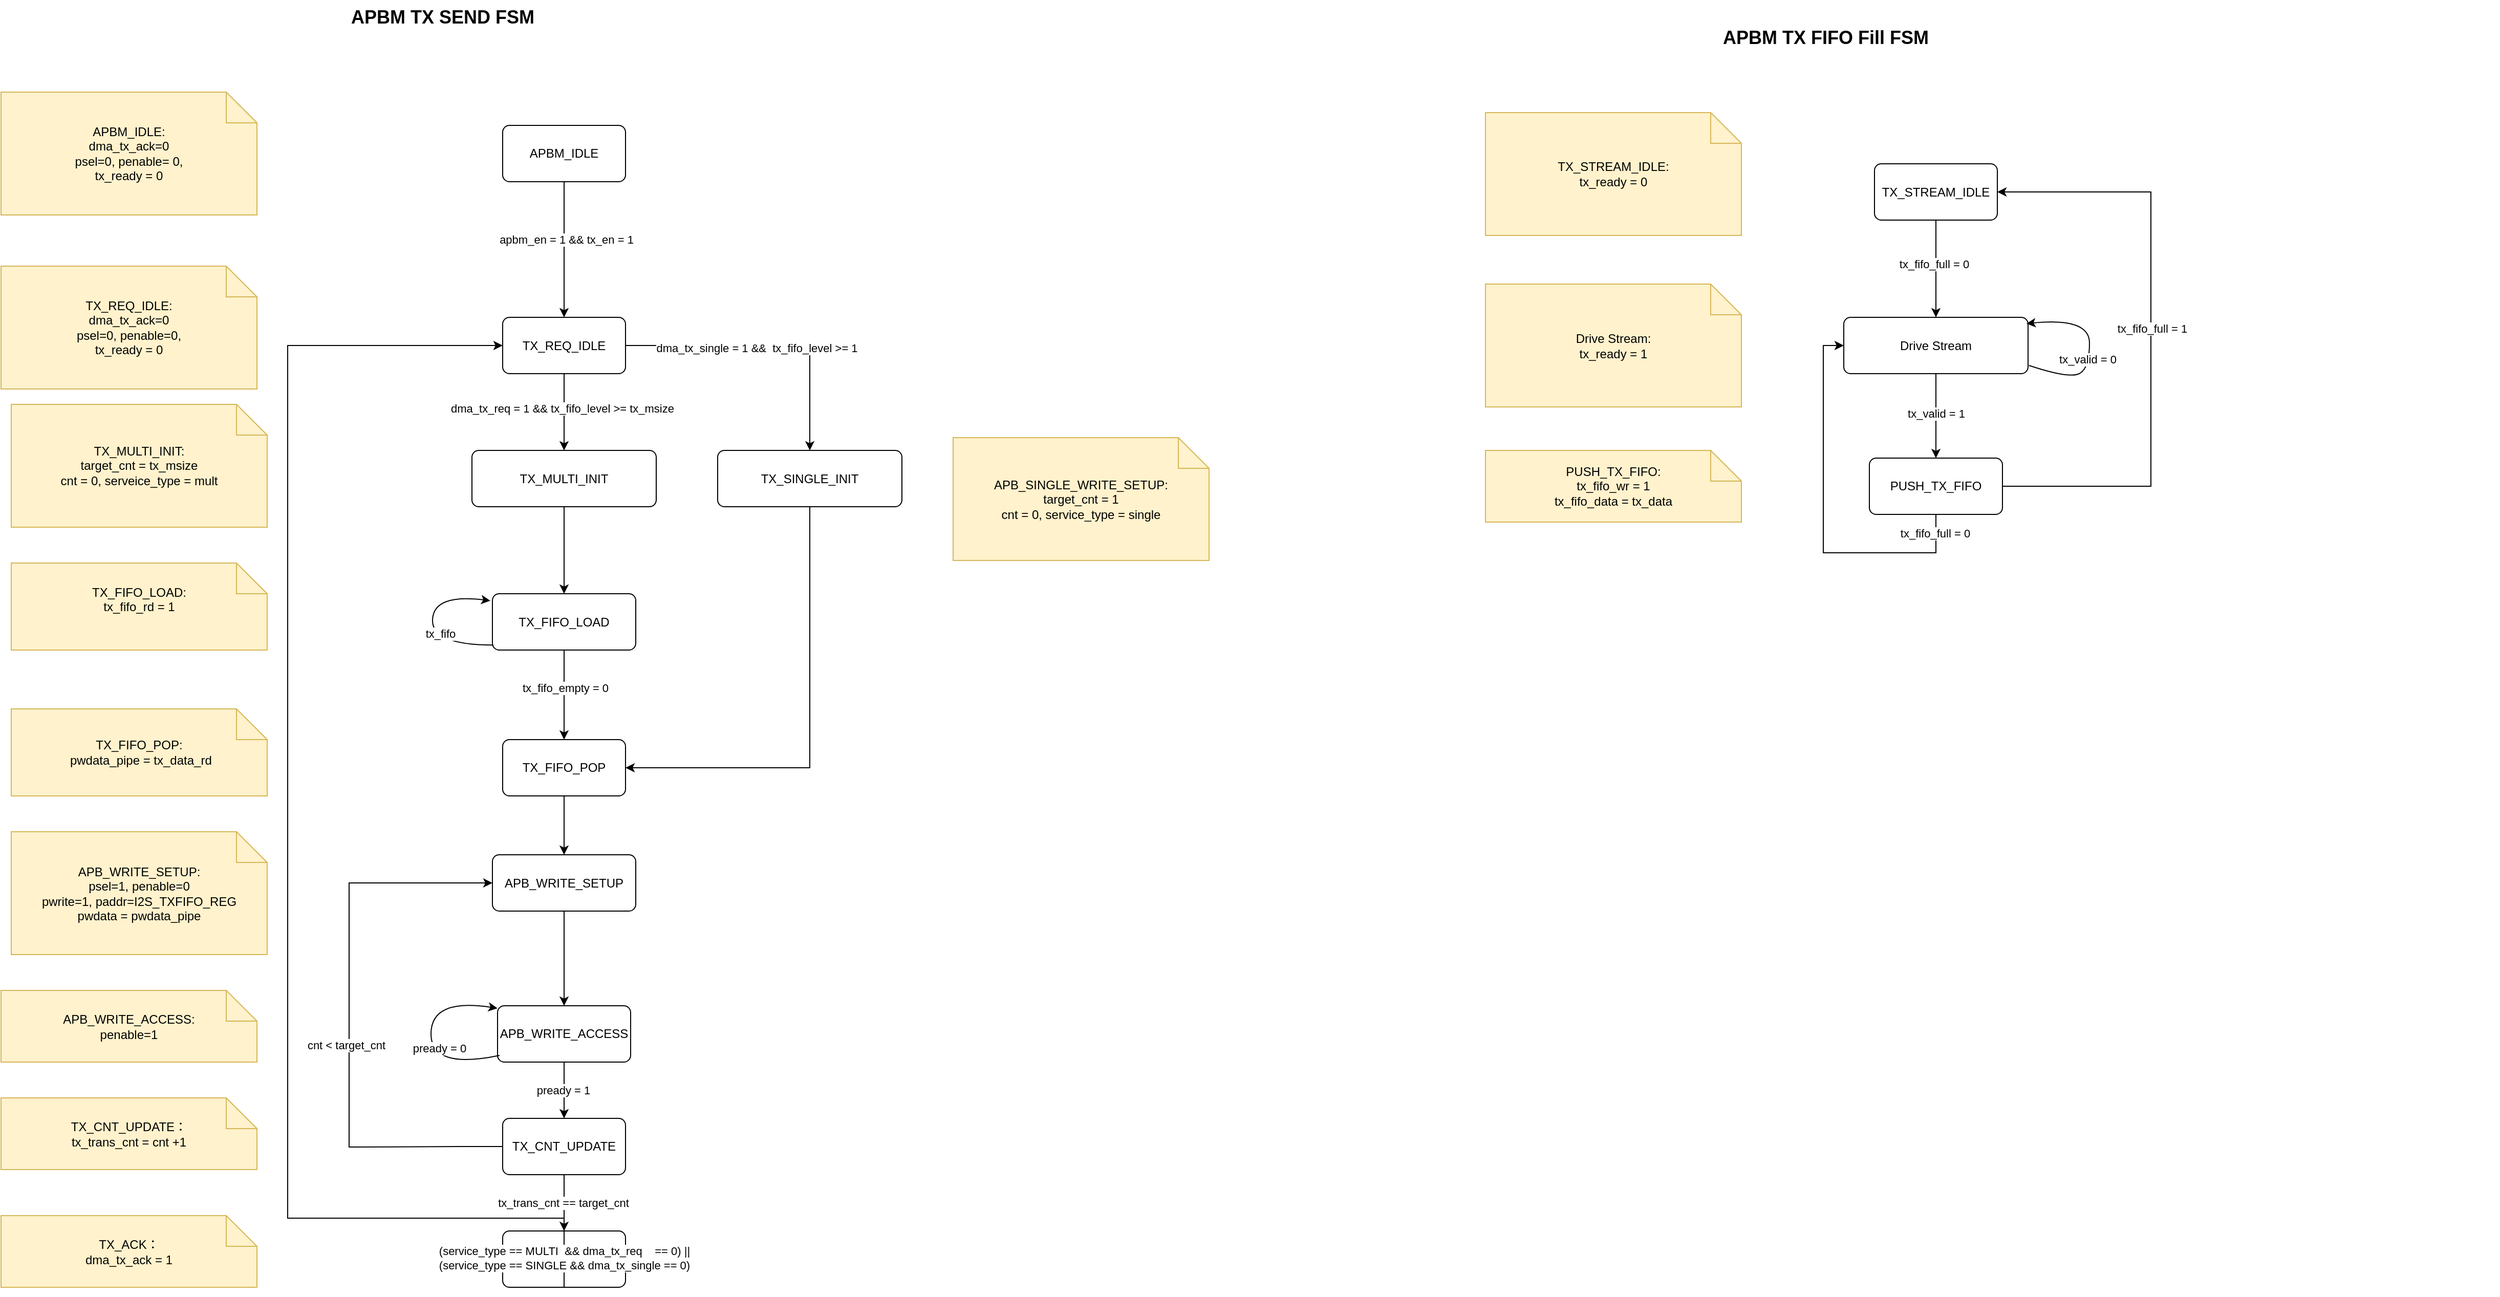
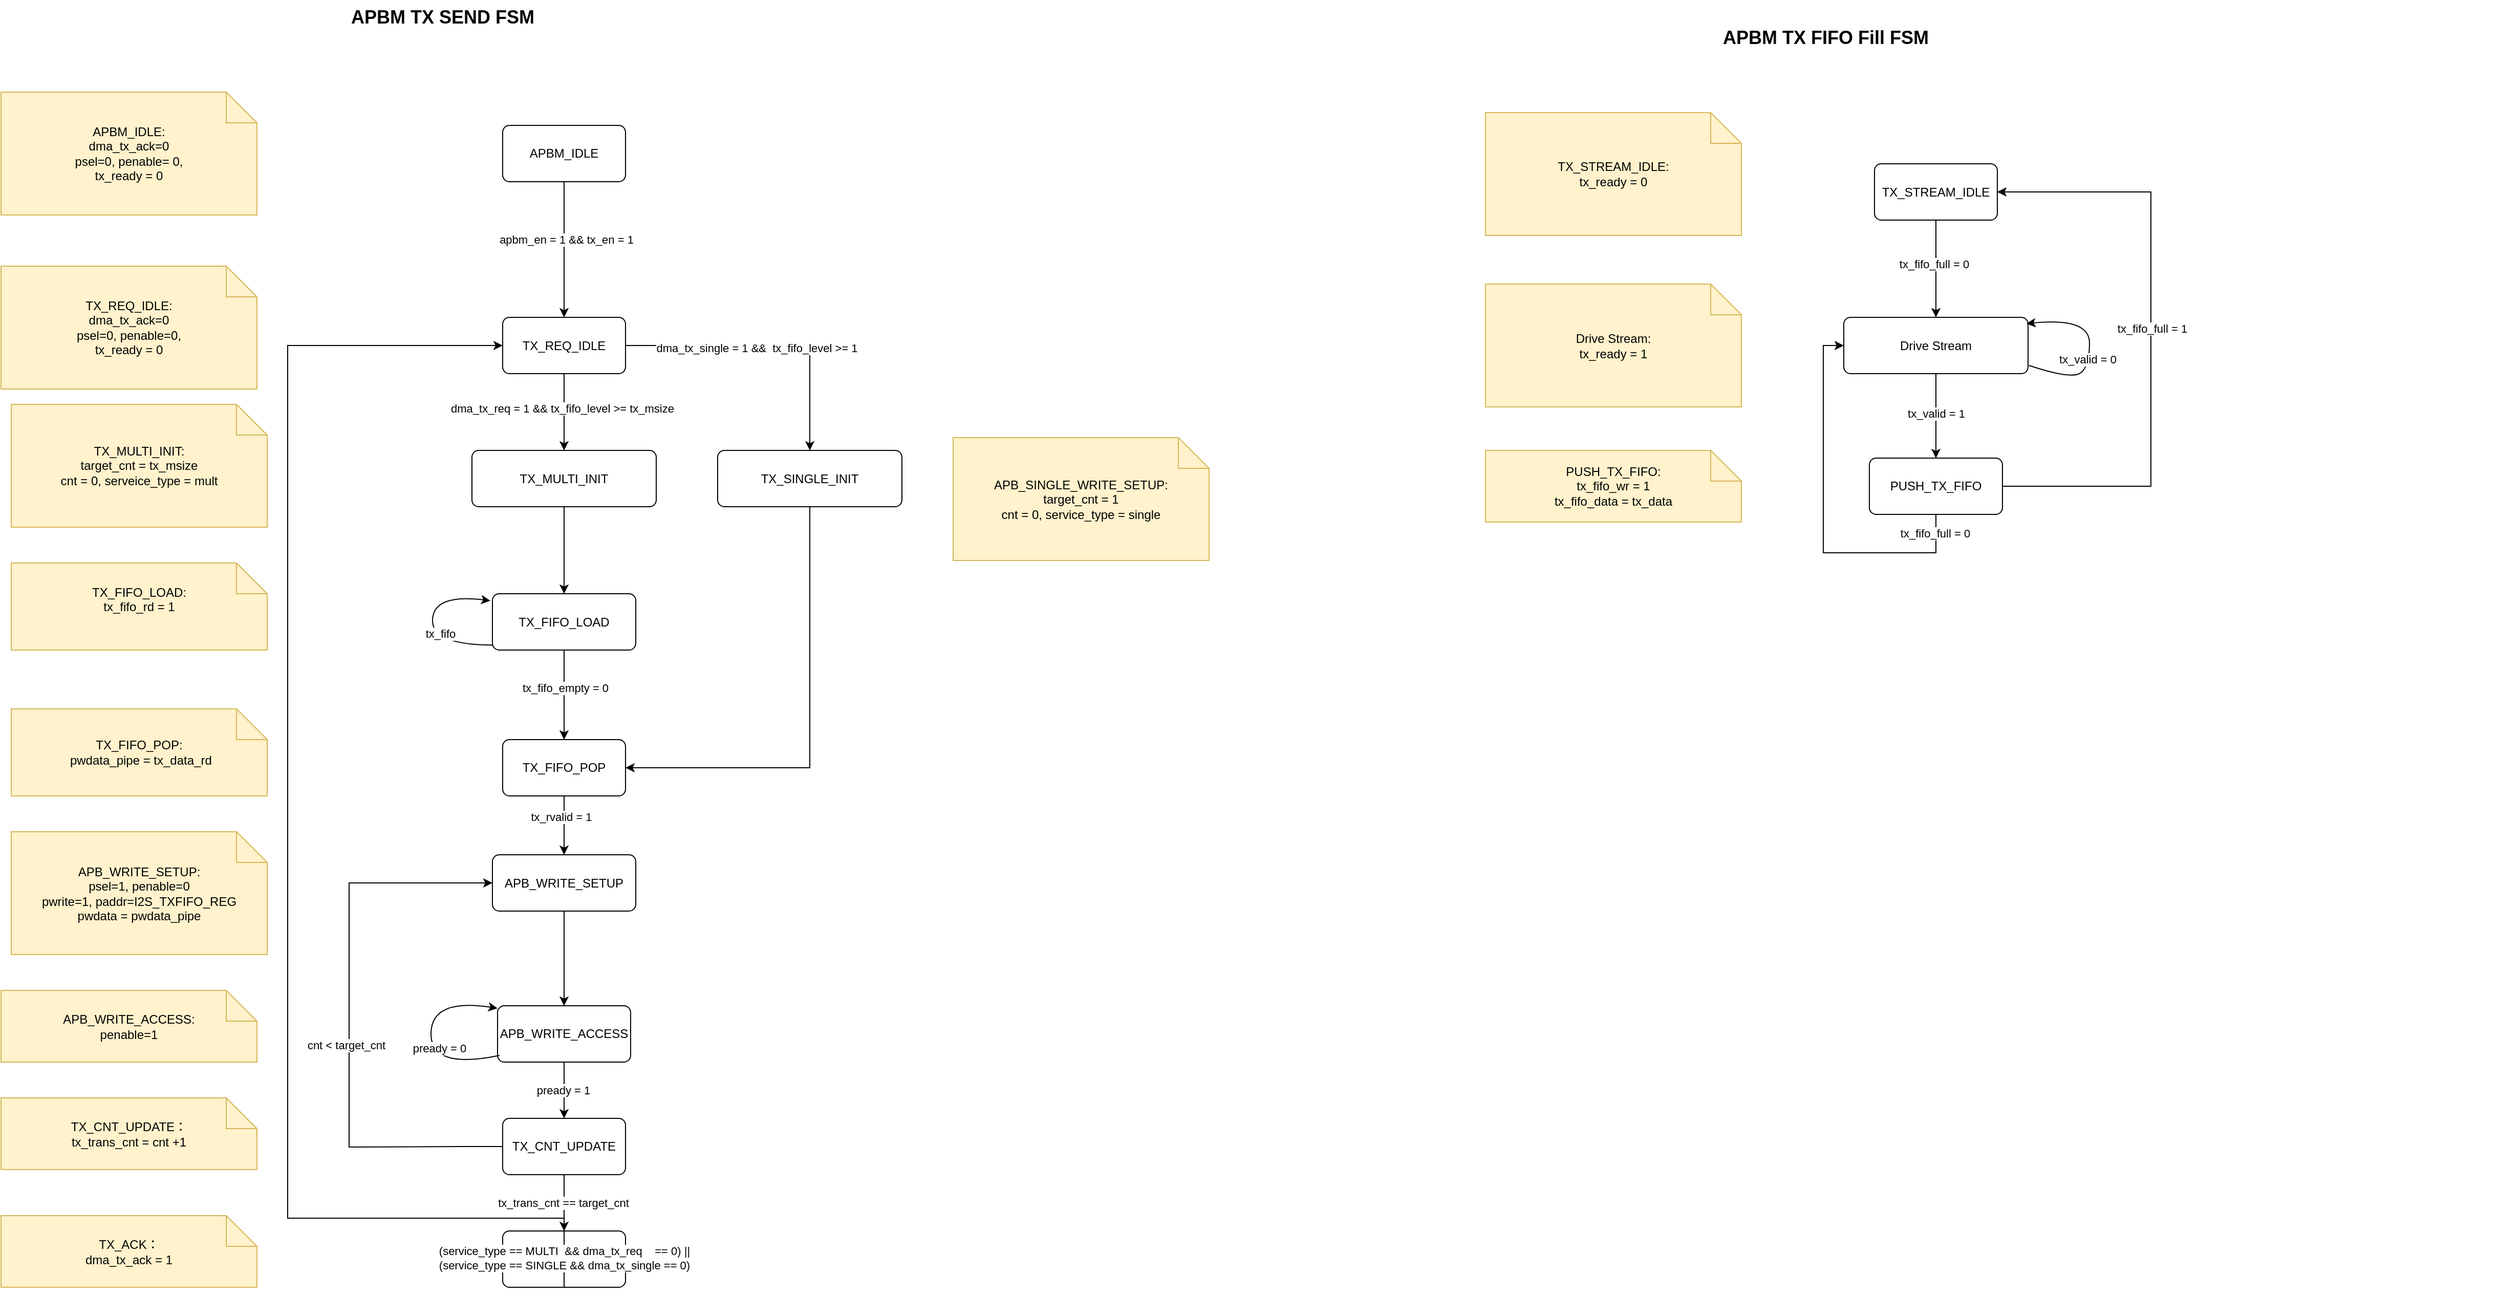
<mxfile host="app.diagrams.net">
  <diagram name="第 1 页" id="fH5n9Me7nUtPE_JYtTzi">
-     <mxGraphModel dx="774" dy="437" grid="1" gridSize="10" guides="1" tooltips="1" connect="1" arrows="1" fold="1" page="1" pageScale="1" pageWidth="827" pageHeight="1169" math="0" shadow="0">
+     <mxGraphModel dx="911" dy="514" grid="1" gridSize="10" guides="1" tooltips="1" connect="1" arrows="1" fold="1" page="1" pageScale="1" pageWidth="827" pageHeight="1169" math="0" shadow="0">
      <root>
        <mxCell id="0" />
        <mxCell id="1" parent="0" />
        <mxCell id="Ly1VW1kiYANL2SHkxWqd-1" parent="1" style="text;html=1;strokeColor=none;fillColor=none;fontSize=18;fontStyle=1;" value="APBM TX SEND FSM&amp;nbsp;&amp;nbsp;" vertex="1">
          <mxGeometry height="40" width="760" x="810" y="130" as="geometry" />
        </mxCell>
        <mxCell id="Ly1VW1kiYANL2SHkxWqd-2" parent="1" style="rounded=1;whiteSpace=wrap;html=1;arcSize=12;fillColor=#ffffff;strokeColor=#000000;" value="TX_REQ_IDLE" vertex="1">
          <mxGeometry height="55" width="120" x="960" y="440" as="geometry" />
        </mxCell>
        <mxCell id="Ly1VW1kiYANL2SHkxWqd-3" parent="1" style="rounded=1;whiteSpace=wrap;html=1;arcSize=12;fillColor=#ffffff;strokeColor=#000000;" value="APB_WRITE_SETUP" vertex="1">
          <mxGeometry height="55" width="140" x="950" y="965" as="geometry" />
        </mxCell>
        <mxCell id="Ly1VW1kiYANL2SHkxWqd-4" edge="1" parent="1" source="Ly1VW1kiYANL2SHkxWqd-2" style="endArrow=classic;html=1;rounded=0;exitX=0.5;exitY=1;exitDx=0;exitDy=0;entryX=0.5;entryY=0;entryDx=0;entryDy=0;" target="Ly1VW1kiYANL2SHkxWqd-40" value="">
          <mxGeometry height="50" relative="1" width="50" as="geometry">
            <mxPoint x="1040" y="560" as="sourcePoint" />
            <mxPoint x="1020" y="570" as="targetPoint" />
          </mxGeometry>
        </mxCell>
        <mxCell id="Ly1VW1kiYANL2SHkxWqd-5" connectable="0" parent="Ly1VW1kiYANL2SHkxWqd-4" style="edgeLabel;html=1;align=center;verticalAlign=middle;resizable=0;points=[];" value="dma_tx_req = 1 &amp;amp;&amp;amp; tx_fifo_level &amp;gt;= tx_msize" vertex="1">
          <mxGeometry relative="1" x="-0.0927" y="-2" as="geometry">
            <mxPoint as="offset" />
          </mxGeometry>
        </mxCell>
        <mxCell id="Ly1VW1kiYANL2SHkxWqd-6" parent="1" style="shape=note;whiteSpace=wrap;html=1;fillColor=#fff2cc;strokeColor=#d6b656;" value="APB_WRITE_SETUP:&lt;div&gt;psel=1, penable=0&lt;br&gt;pwrite=1, paddr=I2S_TXFIFO_REG&lt;/div&gt;&lt;div&gt;pwdata = pwdata_pipe&lt;/div&gt;" vertex="1">
          <mxGeometry height="120" width="250" x="480" y="942.5" as="geometry" />
        </mxCell>
        <mxCell id="Ly1VW1kiYANL2SHkxWqd-7" parent="1" style="rounded=1;whiteSpace=wrap;html=1;arcSize=12;fillColor=#ffffff;strokeColor=#000000;" value="APB_WRITE_ACCESS" vertex="1">
          <mxGeometry height="55" width="130" x="955" y="1112.5" as="geometry" />
        </mxCell>
        <mxCell id="Ly1VW1kiYANL2SHkxWqd-8" edge="1" parent="1" source="Ly1VW1kiYANL2SHkxWqd-3" style="endArrow=classic;html=1;rounded=0;exitX=0.5;exitY=1;exitDx=0;exitDy=0;entryX=0.5;entryY=0;entryDx=0;entryDy=0;" target="Ly1VW1kiYANL2SHkxWqd-7" value="">
          <mxGeometry height="50" relative="1" width="50" as="geometry">
            <mxPoint x="1030" y="1095" as="sourcePoint" />
            <mxPoint x="1080" y="1045" as="targetPoint" />
          </mxGeometry>
        </mxCell>
        <mxCell id="Ly1VW1kiYANL2SHkxWqd-9" parent="1" style="shape=note;whiteSpace=wrap;html=1;fillColor=#fff2cc;strokeColor=#d6b656;" value="APB_WRITE_ACCESS:&lt;br&gt;penable=1" vertex="1">
          <mxGeometry height="70" width="250" x="470" y="1097.5" as="geometry" />
        </mxCell>
        <mxCell id="Ly1VW1kiYANL2SHkxWqd-10" edge="1" parent="1" source="Ly1VW1kiYANL2SHkxWqd-7" style="curved=1;endArrow=classic;html=1;rounded=0;exitX=0.015;exitY=0.881;exitDx=0;exitDy=0;entryX=0;entryY=0;entryDx=0;entryDy=0;exitPerimeter=0;" value="">
          <mxGeometry height="50" relative="1" width="50" as="geometry">
            <Array as="points">
              <mxPoint x="890" y="1175" />
              <mxPoint x="890" y="1105" />
            </Array>
            <mxPoint x="955" y="1170" as="sourcePoint" />
            <mxPoint x="955" y="1115" as="targetPoint" />
          </mxGeometry>
        </mxCell>
        <mxCell id="Ly1VW1kiYANL2SHkxWqd-11" connectable="0" parent="Ly1VW1kiYANL2SHkxWqd-10" style="edgeLabel;html=1;align=center;verticalAlign=middle;resizable=0;points=[];" value="pready = 0" vertex="1">
          <mxGeometry relative="1" x="-0.1215" y="-8" as="geometry">
            <mxPoint as="offset" />
          </mxGeometry>
        </mxCell>
        <mxCell id="Ly1VW1kiYANL2SHkxWqd-13" edge="1" parent="1" source="Ly1VW1kiYANL2SHkxWqd-7" style="endArrow=classic;html=1;rounded=0;exitX=0.5;exitY=1;exitDx=0;exitDy=0;entryX=0.5;entryY=0;entryDx=0;entryDy=0;" target="Ly1VW1kiYANL2SHkxWqd-47" value="">
          <mxGeometry height="50" relative="1" width="50" as="geometry">
            <mxPoint x="1010" y="1245" as="sourcePoint" />
            <mxPoint x="1020" y="1212.5" as="targetPoint" />
          </mxGeometry>
        </mxCell>
        <mxCell id="Ly1VW1kiYANL2SHkxWqd-14" connectable="0" parent="Ly1VW1kiYANL2SHkxWqd-13" style="edgeLabel;html=1;align=center;verticalAlign=middle;resizable=0;points=[];" value="pready = 1" vertex="1">
          <mxGeometry relative="1" x="0.0089" y="-1" as="geometry">
            <mxPoint as="offset" />
          </mxGeometry>
        </mxCell>
        <mxCell id="Ly1VW1kiYANL2SHkxWqd-16" parent="1" style="rounded=1;whiteSpace=wrap;html=1;arcSize=12;fillColor=#ffffff;strokeColor=#000000;" value="TX_ACK" vertex="1">
          <mxGeometry height="55" width="120" x="960" y="1332.5" as="geometry" />
        </mxCell>
        <mxCell id="Ly1VW1kiYANL2SHkxWqd-17" edge="1" parent="1" source="Ly1VW1kiYANL2SHkxWqd-47" style="endArrow=classic;html=1;rounded=0;exitX=0.5;exitY=1;exitDx=0;exitDy=0;entryX=0.5;entryY=0;entryDx=0;entryDy=0;" target="Ly1VW1kiYANL2SHkxWqd-16" value="">
          <mxGeometry height="50" relative="1" width="50" as="geometry">
            <mxPoint x="1150.3600000000001" y="1167.5" as="sourcePoint" />
            <mxPoint x="1150" y="1202.5" as="targetPoint" />
          </mxGeometry>
        </mxCell>
        <mxCell id="Ly1VW1kiYANL2SHkxWqd-18" connectable="0" parent="Ly1VW1kiYANL2SHkxWqd-17" style="edgeLabel;html=1;align=center;verticalAlign=middle;resizable=0;points=[];" value="tx_trans_cnt == target_cnt" vertex="1">
          <mxGeometry relative="1" x="0.0089" y="-1" as="geometry">
            <mxPoint as="offset" />
          </mxGeometry>
        </mxCell>
        <mxCell id="Ly1VW1kiYANL2SHkxWqd-19" parent="1" style="shape=note;whiteSpace=wrap;html=1;fillColor=#fff2cc;strokeColor=#d6b656;" value="TX_ACK：&lt;div&gt;dma_tx_ack = 1&lt;/div&gt;" vertex="1">
          <mxGeometry height="70" width="250" x="470" y="1317.5" as="geometry" />
        </mxCell>
        <mxCell id="Ly1VW1kiYANL2SHkxWqd-20" parent="1" style="shape=note;whiteSpace=wrap;html=1;fillColor=#fff2cc;strokeColor=#d6b656;" value="TX_REQ_IDLE:&lt;div&gt;dma_tx_ack=0&lt;/div&gt;&lt;div&gt;psel=0, penable=0,&lt;br&gt;&lt;/div&gt;&lt;div&gt;tx_ready = 0&lt;br&gt;&lt;/div&gt;" vertex="1">
          <mxGeometry height="120" width="250" x="470" y="390" as="geometry" />
        </mxCell>
        <mxCell id="Ly1VW1kiYANL2SHkxWqd-21" edge="1" parent="1" source="Ly1VW1kiYANL2SHkxWqd-16" style="endArrow=classic;html=1;rounded=0;exitX=0.5;exitY=1;exitDx=0;exitDy=0;edgeStyle=orthogonalEdgeStyle;entryX=0;entryY=0.5;entryDx=0;entryDy=0;" target="Ly1VW1kiYANL2SHkxWqd-2" value="">
          <mxGeometry height="50" relative="1" width="50" as="geometry">
            <Array as="points">
              <mxPoint x="1020" y="1320" />
              <mxPoint x="750" y="1320" />
              <mxPoint x="750" y="468" />
            </Array>
            <mxPoint x="909.95" y="1052.5" as="sourcePoint" />
            <mxPoint x="850" y="465" as="targetPoint" />
          </mxGeometry>
        </mxCell>
        <mxCell id="Ly1VW1kiYANL2SHkxWqd-22" connectable="0" parent="Ly1VW1kiYANL2SHkxWqd-21" style="edgeLabel;html=1;align=center;verticalAlign=middle;resizable=0;points=[];" value="&lt;div&gt;(service_type == MULTI&amp;nbsp; &amp;amp;&amp;amp; dma_tx_req&amp;nbsp; &amp;nbsp; == 0) ||&lt;/div&gt;&lt;div&gt;(service_type == SINGLE &amp;amp;&amp;amp; dma_tx_single == 0)&lt;/div&gt;" vertex="1">
          <mxGeometry relative="1" x="-0.9589" as="geometry">
            <mxPoint as="offset" />
          </mxGeometry>
        </mxCell>
        <mxCell id="Ly1VW1kiYANL2SHkxWqd-23" edge="1" parent="1" source="Ly1VW1kiYANL2SHkxWqd-2" style="endArrow=classic;html=1;rounded=0;exitX=1;exitY=0.5;exitDx=0;exitDy=0;edgeStyle=orthogonalEdgeStyle;entryX=0.5;entryY=0;entryDx=0;entryDy=0;" target="Ly1VW1kiYANL2SHkxWqd-25" value="">
          <mxGeometry height="50" relative="1" width="50" as="geometry">
            <mxPoint x="1250" y="540" as="sourcePoint" />
            <mxPoint x="1260" y="560" as="targetPoint" />
          </mxGeometry>
        </mxCell>
        <mxCell id="Ly1VW1kiYANL2SHkxWqd-24" connectable="0" parent="Ly1VW1kiYANL2SHkxWqd-23" style="edgeLabel;html=1;align=center;verticalAlign=middle;resizable=0;points=[];" value="dma_tx_single = 1 &amp;amp;&amp;amp;&amp;nbsp; tx_fifo_level &amp;gt;= 1" vertex="1">
          <mxGeometry relative="1" x="-0.0927" y="-2" as="geometry">
            <mxPoint as="offset" />
          </mxGeometry>
        </mxCell>
        <mxCell id="Ly1VW1kiYANL2SHkxWqd-25" parent="1" style="rounded=1;whiteSpace=wrap;html=1;arcSize=12;fillColor=#ffffff;strokeColor=#000000;" value="TX_SINGLE_INIT" vertex="1">
          <mxGeometry height="55" width="180" x="1170" y="570" as="geometry" />
        </mxCell>
        <mxCell id="Ly1VW1kiYANL2SHkxWqd-26" parent="1" style="shape=note;whiteSpace=wrap;html=1;fillColor=#fff2cc;strokeColor=#d6b656;" value="APB_SINGLE_WRITE_SETUP:&lt;div&gt;target_cnt = 1&lt;br&gt;cnt = 0, service_type = single&lt;/div&gt;" vertex="1">
          <mxGeometry height="120" width="250" x="1400" y="557.5" as="geometry" />
        </mxCell>
        <mxCell id="Ly1VW1kiYANL2SHkxWqd-27" edge="1" parent="1" source="Ly1VW1kiYANL2SHkxWqd-25" style="endArrow=classic;html=1;rounded=0;exitX=0.5;exitY=1;exitDx=0;exitDy=0;edgeStyle=orthogonalEdgeStyle;entryX=1;entryY=0.5;entryDx=0;entryDy=0;" target="Ly1VW1kiYANL2SHkxWqd-28" value="">
          <mxGeometry height="50" relative="1" width="50" as="geometry">
            <mxPoint x="1230" y="950" as="sourcePoint" />
            <mxPoint x="1090" y="705" as="targetPoint" />
          </mxGeometry>
        </mxCell>
        <mxCell id="Ly1VW1kiYANL2SHkxWqd-28" parent="1" style="rounded=1;whiteSpace=wrap;html=1;arcSize=12;fillColor=#ffffff;strokeColor=#000000;" value="TX_FIFO_POP" vertex="1">
          <mxGeometry height="55" width="120" x="960" y="852.5" as="geometry" />
        </mxCell>
        <mxCell id="Ly1VW1kiYANL2SHkxWqd-29" edge="1" parent="1" source="Ly1VW1kiYANL2SHkxWqd-40" style="endArrow=classic;html=1;rounded=0;exitX=0.5;exitY=1;exitDx=0;exitDy=0;entryX=0.5;entryY=0;entryDx=0;entryDy=0;" target="Ly1VW1kiYANL2SHkxWqd-66" value="">
          <mxGeometry height="50" relative="1" width="50" as="geometry">
            <Array as="points">
              <mxPoint x="1020" y="650" />
            </Array>
            <mxPoint x="1010" y="630" as="sourcePoint" />
            <mxPoint x="1020" y="680" as="targetPoint" />
          </mxGeometry>
        </mxCell>
        <mxCell id="Ly1VW1kiYANL2SHkxWqd-33" parent="1" style="shape=note;whiteSpace=wrap;html=1;fillColor=#fff2cc;strokeColor=#d6b656;" value="TX_FIFO_POP:&lt;div&gt;&lt;div&gt;&amp;nbsp;pwdata_pipe = tx_data_rd&lt;/div&gt;&lt;/div&gt;" vertex="1">
          <mxGeometry height="85" width="250" x="480" y="822.5" as="geometry" />
        </mxCell>
        <mxCell id="Ly1VW1kiYANL2SHkxWqd-34" parent="1" style="rounded=1;whiteSpace=wrap;html=1;arcSize=12;fillColor=#ffffff;strokeColor=#000000;" value="APBM_IDLE" vertex="1">
          <mxGeometry height="55" width="120" x="960" y="252.5" as="geometry" />
        </mxCell>
        <mxCell id="Ly1VW1kiYANL2SHkxWqd-35" edge="1" parent="1" source="Ly1VW1kiYANL2SHkxWqd-34" style="endArrow=classic;html=1;rounded=0;exitX=0.5;exitY=1;exitDx=0;exitDy=0;" target="Ly1VW1kiYANL2SHkxWqd-2" value="">
          <mxGeometry height="50" relative="1" width="50" as="geometry">
            <mxPoint x="1060" y="360" as="sourcePoint" />
            <mxPoint x="1110" y="310" as="targetPoint" />
          </mxGeometry>
        </mxCell>
        <mxCell id="Ly1VW1kiYANL2SHkxWqd-36" connectable="0" parent="Ly1VW1kiYANL2SHkxWqd-35" style="edgeLabel;html=1;align=center;verticalAlign=middle;resizable=0;points=[];" value="apbm_en = 1 &amp;amp;&amp;amp; tx_en = 1" vertex="1">
          <mxGeometry relative="1" x="-0.1446" y="2" as="geometry">
            <mxPoint as="offset" />
          </mxGeometry>
        </mxCell>
        <mxCell id="Ly1VW1kiYANL2SHkxWqd-37" parent="1" style="shape=note;whiteSpace=wrap;html=1;fillColor=#fff2cc;strokeColor=#d6b656;" value="APBM_IDLE:&lt;div&gt;dma_tx_ack=0&lt;/div&gt;&lt;div&gt;psel=0, penable= 0,&lt;br&gt;&lt;/div&gt;&lt;div&gt;tx_ready = 0&lt;/div&gt;" vertex="1">
          <mxGeometry height="120" width="250" x="470" y="220" as="geometry" />
        </mxCell>
        <mxCell id="Ly1VW1kiYANL2SHkxWqd-38" edge="1" parent="1" source="Ly1VW1kiYANL2SHkxWqd-47" style="endArrow=classic;html=1;rounded=0;edgeStyle=orthogonalEdgeStyle;entryX=0;entryY=0.5;entryDx=0;entryDy=0;exitX=0;exitY=0.5;exitDx=0;exitDy=0;" target="Ly1VW1kiYANL2SHkxWqd-3" value="">
          <mxGeometry height="50" relative="1" width="50" as="geometry">
            <Array as="points">
              <mxPoint x="920" y="1249.5" />
              <mxPoint x="810" y="1250.5" />
              <mxPoint x="810" y="992.5" />
            </Array>
            <mxPoint x="920" y="1212.5" as="sourcePoint" />
            <mxPoint x="800" y="872.5" as="targetPoint" />
          </mxGeometry>
        </mxCell>
        <mxCell id="Ly1VW1kiYANL2SHkxWqd-39" connectable="0" parent="Ly1VW1kiYANL2SHkxWqd-38" style="edgeLabel;html=1;align=center;verticalAlign=middle;resizable=0;points=[];" value="cnt &amp;lt; target_cnt" vertex="1">
          <mxGeometry relative="1" x="-0.0902" y="3" as="geometry">
            <mxPoint as="offset" />
          </mxGeometry>
        </mxCell>
        <mxCell id="Ly1VW1kiYANL2SHkxWqd-40" parent="1" style="rounded=1;whiteSpace=wrap;html=1;arcSize=12;fillColor=#ffffff;strokeColor=#000000;" value="TX_MULTI_INIT" vertex="1">
          <mxGeometry height="55" width="180" x="930" y="570" as="geometry" />
        </mxCell>
        <mxCell id="Ly1VW1kiYANL2SHkxWqd-42" parent="1" style="shape=note;whiteSpace=wrap;html=1;fillColor=#fff2cc;strokeColor=#d6b656;" value="TX_MULTI_INIT:&lt;div&gt;target_cnt = tx_msize&lt;br&gt;cnt = 0, serveice_type = mult&lt;/div&gt;" vertex="1">
          <mxGeometry height="120" width="250" x="480" y="525" as="geometry" />
        </mxCell>
        <mxCell id="Ly1VW1kiYANL2SHkxWqd-45" edge="1" parent="1" source="Ly1VW1kiYANL2SHkxWqd-28" style="endArrow=classic;html=1;rounded=0;exitX=0.5;exitY=1;exitDx=0;exitDy=0;" target="Ly1VW1kiYANL2SHkxWqd-3" value="">
          <mxGeometry height="50" relative="1" width="50" as="geometry">
            <mxPoint x="1019.5699999999999" y="907.5" as="sourcePoint" />
            <mxPoint x="1019.5699999999999" y="964.5" as="targetPoint" />
          </mxGeometry>
        </mxCell>
+         <mxCell id="Ly1VW1kiYANL2SHkxWqd-73" connectable="0" parent="Ly1VW1kiYANL2SHkxWqd-45" style="edgeLabel;html=1;align=center;verticalAlign=middle;resizable=0;points=[];" value="tx_rvalid = 1" vertex="1">
+           <mxGeometry relative="1" x="-0.302" y="-3" as="geometry">
+             <mxPoint as="offset" />
+           </mxGeometry>
+         </mxCell>
        <mxCell id="Ly1VW1kiYANL2SHkxWqd-47" parent="1" style="rounded=1;whiteSpace=wrap;html=1;arcSize=12;fillColor=#ffffff;strokeColor=#000000;" value="TX_CNT_UPDATE" vertex="1">
          <mxGeometry height="55" width="120" x="960" y="1222.5" as="geometry" />
        </mxCell>
        <mxCell id="Ly1VW1kiYANL2SHkxWqd-48" parent="1" style="shape=note;whiteSpace=wrap;html=1;fillColor=#fff2cc;strokeColor=#d6b656;" value="TX_CNT_UPDATE：&lt;div&gt;tx_trans_cnt = cnt +1&lt;/div&gt;" vertex="1">
          <mxGeometry height="70" width="250" x="470" y="1202.5" as="geometry" />
        </mxCell>
        <mxCell id="Ly1VW1kiYANL2SHkxWqd-49" parent="1" style="text;html=1;strokeColor=none;fillColor=none;fontSize=18;fontStyle=1;" value="APBM TX FIFO Fill FSM&amp;nbsp;&amp;nbsp;" vertex="1">
          <mxGeometry height="40" width="760" x="2150" y="150" as="geometry" />
        </mxCell>
        <mxCell id="Ly1VW1kiYANL2SHkxWqd-50" parent="1" style="rounded=1;whiteSpace=wrap;html=1;arcSize=12;fillColor=#ffffff;strokeColor=#000000;" value="TX_STREAM_IDLE" vertex="1">
          <mxGeometry height="55" width="120" x="2300" y="290" as="geometry" />
        </mxCell>
        <mxCell id="Ly1VW1kiYANL2SHkxWqd-51" parent="1" style="rounded=1;whiteSpace=wrap;html=1;arcSize=12;fillColor=#ffffff;strokeColor=#000000;" value="Drive Stream" vertex="1">
          <mxGeometry height="55" width="180" x="2270" y="440" as="geometry" />
        </mxCell>
        <mxCell id="Ly1VW1kiYANL2SHkxWqd-52" edge="1" parent="1" source="Ly1VW1kiYANL2SHkxWqd-50" style="endArrow=classic;html=1;rounded=0;exitX=0.5;exitY=1;exitDx=0;exitDy=0;entryX=0.5;entryY=0;entryDx=0;entryDy=0;" target="Ly1VW1kiYANL2SHkxWqd-51" value="">
          <mxGeometry height="50" relative="1" width="50" as="geometry">
            <mxPoint x="2380" y="410" as="sourcePoint" />
            <mxPoint x="2430" y="360" as="targetPoint" />
          </mxGeometry>
        </mxCell>
        <mxCell id="Ly1VW1kiYANL2SHkxWqd-53" connectable="0" parent="Ly1VW1kiYANL2SHkxWqd-52" style="edgeLabel;html=1;align=center;verticalAlign=middle;resizable=0;points=[];" value="tx_fifo_full = 0" vertex="1">
          <mxGeometry relative="1" x="-0.0927" y="-2" as="geometry">
            <mxPoint as="offset" />
          </mxGeometry>
        </mxCell>
        <mxCell id="Ly1VW1kiYANL2SHkxWqd-54" parent="1" style="shape=note;whiteSpace=wrap;html=1;fillColor=#fff2cc;strokeColor=#d6b656;" value="Drive Stream:&lt;div&gt;tx_ready = 1&lt;/div&gt;" vertex="1">
          <mxGeometry height="120" width="250" x="1920" y="407.5" as="geometry" />
        </mxCell>
        <mxCell id="Ly1VW1kiYANL2SHkxWqd-55" parent="1" style="rounded=1;whiteSpace=wrap;html=1;arcSize=12;fillColor=#ffffff;strokeColor=#000000;" value="PUSH_TX_FIFO" vertex="1">
          <mxGeometry height="55" width="130" x="2295" y="577.5" as="geometry" />
        </mxCell>
        <mxCell id="Ly1VW1kiYANL2SHkxWqd-56" edge="1" parent="1" source="Ly1VW1kiYANL2SHkxWqd-51" style="endArrow=classic;html=1;rounded=0;exitX=0.5;exitY=1;exitDx=0;exitDy=0;entryX=0.5;entryY=0;entryDx=0;entryDy=0;" target="Ly1VW1kiYANL2SHkxWqd-55" value="">
          <mxGeometry height="50" relative="1" width="50" as="geometry">
            <mxPoint x="2370" y="560" as="sourcePoint" />
            <mxPoint x="2420" y="510" as="targetPoint" />
          </mxGeometry>
        </mxCell>
        <mxCell id="Ly1VW1kiYANL2SHkxWqd-57" connectable="0" parent="Ly1VW1kiYANL2SHkxWqd-56" style="edgeLabel;html=1;align=center;verticalAlign=middle;resizable=0;points=[];" value="tx_valid = 1" vertex="1">
          <mxGeometry relative="1" x="-0.0537" as="geometry">
            <mxPoint as="offset" />
          </mxGeometry>
        </mxCell>
        <mxCell id="Ly1VW1kiYANL2SHkxWqd-58" parent="1" style="shape=note;whiteSpace=wrap;html=1;fillColor=#fff2cc;strokeColor=#d6b656;" value="PUSH_TX_FIFO:&lt;div&gt;tx_fifo_wr = 1&lt;/div&gt;&lt;div&gt;tx_fifo_data = tx_data&lt;/div&gt;" vertex="1">
          <mxGeometry height="70" width="250" x="1920" y="570" as="geometry" />
        </mxCell>
        <mxCell id="Ly1VW1kiYANL2SHkxWqd-59" parent="1" style="shape=note;whiteSpace=wrap;html=1;fillColor=#fff2cc;strokeColor=#d6b656;" value="TX_STREAM_IDLE:&lt;div&gt;tx_ready = 0&lt;/div&gt;" vertex="1">
          <mxGeometry height="120" width="250" x="1920" y="240" as="geometry" />
        </mxCell>
        <mxCell id="Ly1VW1kiYANL2SHkxWqd-60" edge="1" parent="1" source="Ly1VW1kiYANL2SHkxWqd-55" style="endArrow=classic;html=1;rounded=0;exitX=0.5;exitY=1;exitDx=0;exitDy=0;entryX=0;entryY=0.5;entryDx=0;entryDy=0;edgeStyle=orthogonalEdgeStyle;" target="Ly1VW1kiYANL2SHkxWqd-51" value="">
          <mxGeometry height="50" relative="1" width="50" as="geometry">
            <Array as="points">
              <mxPoint x="2360" y="670" />
              <mxPoint x="2250" y="670" />
              <mxPoint x="2250" y="468" />
            </Array>
            <mxPoint x="2550" y="570" as="sourcePoint" />
            <mxPoint x="2600" y="520" as="targetPoint" />
          </mxGeometry>
        </mxCell>
        <mxCell id="Ly1VW1kiYANL2SHkxWqd-61" connectable="0" parent="Ly1VW1kiYANL2SHkxWqd-60" style="edgeLabel;html=1;align=center;verticalAlign=middle;resizable=0;points=[];" value="tx_fifo_full = 0" vertex="1">
          <mxGeometry relative="1" x="-0.9016" y="-1" as="geometry">
            <mxPoint as="offset" />
          </mxGeometry>
        </mxCell>
        <mxCell id="Ly1VW1kiYANL2SHkxWqd-62" edge="1" parent="1" source="Ly1VW1kiYANL2SHkxWqd-55" style="endArrow=classic;html=1;rounded=0;exitX=1;exitY=0.5;exitDx=0;exitDy=0;entryX=1;entryY=0.5;entryDx=0;entryDy=0;edgeStyle=orthogonalEdgeStyle;" target="Ly1VW1kiYANL2SHkxWqd-50" value="">
          <mxGeometry height="50" relative="1" width="50" as="geometry">
            <Array as="points">
              <mxPoint x="2570" y="605" />
              <mxPoint x="2570" y="318" />
            </Array>
            <mxPoint x="2510" y="600" as="sourcePoint" />
            <mxPoint x="2560" y="550" as="targetPoint" />
          </mxGeometry>
        </mxCell>
        <mxCell id="Ly1VW1kiYANL2SHkxWqd-63" connectable="0" parent="Ly1VW1kiYANL2SHkxWqd-62" style="edgeLabel;html=1;align=center;verticalAlign=middle;resizable=0;points=[];" value="tx_fifo_full = 1" vertex="1">
          <mxGeometry relative="1" x="0.0267" y="-1" as="geometry">
            <mxPoint as="offset" />
          </mxGeometry>
        </mxCell>
        <mxCell id="Ly1VW1kiYANL2SHkxWqd-64" edge="1" parent="1" source="Ly1VW1kiYANL2SHkxWqd-51" style="curved=1;endArrow=classic;html=1;rounded=0;entryX=0.991;entryY=0.112;entryDx=0;entryDy=0;exitX=1.005;exitY=0.854;exitDx=0;exitDy=0;exitPerimeter=0;entryPerimeter=0;" target="Ly1VW1kiYANL2SHkxWqd-51" value="">
          <mxGeometry height="50" relative="1" width="50" as="geometry">
            <Array as="points">
              <mxPoint x="2490" y="500" />
              <mxPoint x="2510" y="490" />
              <mxPoint x="2510" y="440" />
            </Array>
            <mxPoint x="2460" y="560" as="sourcePoint" />
            <mxPoint x="2510" y="510" as="targetPoint" />
          </mxGeometry>
        </mxCell>
        <mxCell id="Ly1VW1kiYANL2SHkxWqd-65" connectable="0" parent="Ly1VW1kiYANL2SHkxWqd-64" style="edgeLabel;html=1;align=center;verticalAlign=middle;resizable=0;points=[];" value="tx_valid = 0" vertex="1">
          <mxGeometry relative="1" x="-0.1698" y="2" as="geometry">
            <mxPoint as="offset" />
          </mxGeometry>
        </mxCell>
        <mxCell id="Ly1VW1kiYANL2SHkxWqd-66" parent="1" style="rounded=1;whiteSpace=wrap;html=1;arcSize=12;fillColor=#ffffff;strokeColor=#000000;" value="TX_FIFO_LOAD" vertex="1">
          <mxGeometry height="55" width="140" x="950" y="710" as="geometry" />
        </mxCell>
        <mxCell id="Ly1VW1kiYANL2SHkxWqd-68" edge="1" parent="1" source="Ly1VW1kiYANL2SHkxWqd-66" style="endArrow=classic;html=1;rounded=0;exitX=0.5;exitY=1;exitDx=0;exitDy=0;" target="Ly1VW1kiYANL2SHkxWqd-28" value="">
          <mxGeometry height="50" relative="1" width="50" as="geometry">
            <mxPoint x="1070" y="820" as="sourcePoint" />
            <mxPoint x="1120" y="770" as="targetPoint" />
          </mxGeometry>
        </mxCell>
        <mxCell id="Ly1VW1kiYANL2SHkxWqd-72" connectable="0" parent="Ly1VW1kiYANL2SHkxWqd-68" style="edgeLabel;html=1;align=center;verticalAlign=middle;resizable=0;points=[];" value="tx_fifo_empty = 0" vertex="1">
          <mxGeometry relative="1" x="-0.1581" y="1" as="geometry">
            <mxPoint as="offset" />
          </mxGeometry>
        </mxCell>
        <mxCell id="Ly1VW1kiYANL2SHkxWqd-69" parent="1" style="shape=note;whiteSpace=wrap;html=1;fillColor=#fff2cc;strokeColor=#d6b656;" value="TX_FIFO_LOAD:&lt;div&gt;tx_fifo_rd = 1&lt;br&gt;&lt;div&gt;&lt;br&gt;&lt;/div&gt;&lt;/div&gt;" vertex="1">
          <mxGeometry height="85" width="250" x="480" y="680" as="geometry" />
        </mxCell>
        <mxCell id="Ly1VW1kiYANL2SHkxWqd-70" edge="1" parent="1" source="Ly1VW1kiYANL2SHkxWqd-66" style="curved=1;endArrow=classic;html=1;rounded=0;exitX=0.006;exitY=0.911;exitDx=0;exitDy=0;entryX=-0.014;entryY=0.124;entryDx=0;entryDy=0;exitPerimeter=0;entryPerimeter=0;" target="Ly1VW1kiYANL2SHkxWqd-66" value="">
          <mxGeometry height="50" relative="1" width="50" as="geometry">
            <Array as="points">
              <mxPoint x="890" y="760" />
              <mxPoint x="893" y="710" />
            </Array>
            <mxPoint x="960" y="766" as="sourcePoint" />
            <mxPoint x="958" y="720" as="targetPoint" />
          </mxGeometry>
        </mxCell>
        <mxCell id="Ly1VW1kiYANL2SHkxWqd-71" connectable="0" parent="Ly1VW1kiYANL2SHkxWqd-70" style="edgeLabel;html=1;align=center;verticalAlign=middle;resizable=0;points=[];" value="tx_fifo" vertex="1">
          <mxGeometry relative="1" x="-0.1215" y="-8" as="geometry">
            <mxPoint as="offset" />
          </mxGeometry>
        </mxCell>
      </root>
    </mxGraphModel>
  </diagram>
</mxfile>
